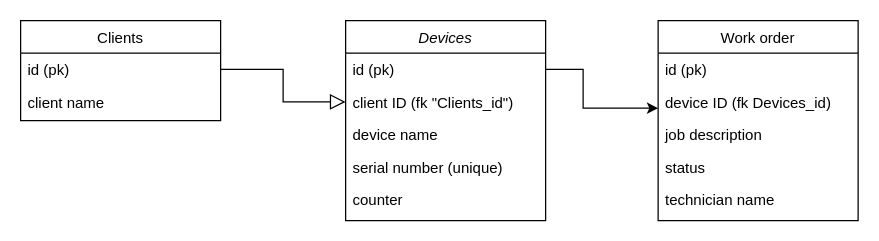
The draw.io diagram Untitled Diagram.drawio in MortenGitKonto/vali-it-project, before the edit. Source tidied: cells renumbered, new cells numbered last; positions are measured from the earlier drawing's top-left corner, leaving out a move shared by most shapes. Both pictures are drawn from the tidied source at 125%, with x=0, y=0 at pixel (20, 20).
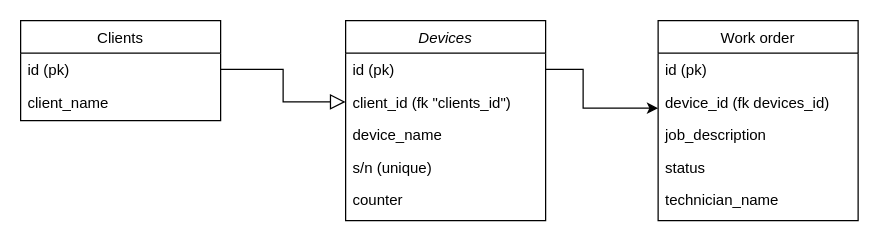
Above is the later version.

The change refers to these unchanged cells:
```xml
<mxCell id="3" value="Devices" style="swimlane;fontStyle=2;align=center;verticalAlign=top;horizontal=1;startSize=26;rounded=0;shadow=0;strokeWidth=1;" parent="1" vertex="1">
  <mxGeometry x="260" width="160" height="160" as="geometry" />
</mxCell>
<mxCell id="9" value="Clients" style="swimlane;fontStyle=0;align=center;verticalAlign=top;horizontal=1;startSize=26;rounded=0;shadow=0;strokeWidth=1;" parent="1" vertex="1">
  <mxGeometry width="160" height="80" as="geometry" />
</mxCell>
<mxCell id="13" value="Work order" style="swimlane;fontStyle=0;align=center;verticalAlign=top;horizontal=1;startSize=26;rounded=0;shadow=0;strokeWidth=1;" parent="1" vertex="1">
  <mxGeometry x="510" width="160" height="160" as="geometry" />
</mxCell>
```

The edit, as a diff of the source:
```diff
@@
-    <mxCell id="5" value="client ID (fk &quot;Clients_id&quot;)" style="text;align=left;verticalAlign=top;spacingLeft=4;spacingRight=4;overflow=hidden;points=[[0,0.5],[1,0.5]];portConstraint=eastwest;rounded=0;shadow=0;html=0;" parent="3" vertex="1">
+    <mxCell id="5" value="client_id (fk &quot;clients_id&quot;)" style="text;align=left;verticalAlign=top;spacingLeft=4;spacingRight=4;overflow=hidden;points=[[0,0.5],[1,0.5]];portConstraint=eastwest;rounded=0;shadow=0;html=0;" parent="3" vertex="1">
       <mxGeometry y="52" width="160" height="26" as="geometry" />
     </mxCell>
-    <mxCell id="6" value="device name" style="text;align=left;verticalAlign=top;spacingLeft=4;spacingRight=4;overflow=hidden;rounded=0;shadow=0;html=0;" parent="3" vertex="1">
+    <mxCell id="6" value="device_name" style="text;align=left;verticalAlign=top;spacingLeft=4;spacingRight=4;overflow=hidden;rounded=0;shadow=0;html=0;" parent="3" vertex="1">
       <mxGeometry y="78" width="160" height="26" as="geometry" />
     </mxCell>
-    <mxCell id="7" value="serial number (unique)" style="text;align=left;verticalAlign=top;spacingLeft=4;spacingRight=4;overflow=hidden;" parent="3" vertex="1">
+    <mxCell id="7" value="s/n (unique)" style="text;align=left;verticalAlign=top;spacingLeft=4;spacingRight=4;overflow=hidden;" parent="3" vertex="1">
       <mxGeometry y="104" width="160" height="26" as="geometry" />
     </mxCell>
@@
-    <mxCell id="11" value="client name" style="text;align=left;verticalAlign=top;spacingLeft=4;spacingRight=4;overflow=hidden;rounded=0;shadow=0;html=0;" parent="9" vertex="1">
+    <mxCell id="11" value="client_name" style="text;align=left;verticalAlign=top;spacingLeft=4;spacingRight=4;overflow=hidden;rounded=0;shadow=0;html=0;" parent="9" vertex="1">
       <mxGeometry y="52" width="160" height="26" as="geometry" />
     </mxCell>
@@
-    <mxCell id="15" value="device ID (fk Devices_id)" style="text;align=left;verticalAlign=top;spacingLeft=4;spacingRight=4;overflow=hidden;rounded=0;shadow=0;html=0;" parent="13" vertex="1">
+    <mxCell id="15" value="device_id (fk devices_id)" style="text;align=left;verticalAlign=top;spacingLeft=4;spacingRight=4;overflow=hidden;rounded=0;shadow=0;html=0;" parent="13" vertex="1">
       <mxGeometry y="52" width="160" height="26" as="geometry" />
     </mxCell>
-    <mxCell id="16" value="job description" style="text;align=left;verticalAlign=top;spacingLeft=4;spacingRight=4;overflow=hidden;rounded=0;shadow=0;html=0;" parent="13" vertex="1">
+    <mxCell id="16" value="job_description" style="text;align=left;verticalAlign=top;spacingLeft=4;spacingRight=4;overflow=hidden;rounded=0;shadow=0;html=0;" parent="13" vertex="1">
       <mxGeometry y="78" width="160" height="26" as="geometry" />
     </mxCell>
@@
-    <mxCell id="18" value="technician name" style="text;align=left;verticalAlign=top;spacingLeft=4;spacingRight=4;overflow=hidden;rounded=0;shadow=0;html=0;" parent="13" vertex="1">
+    <mxCell id="18" value="technician_name" style="text;align=left;verticalAlign=top;spacingLeft=4;spacingRight=4;overflow=hidden;rounded=0;shadow=0;html=0;" parent="13" vertex="1">
       <mxGeometry y="130" width="160" height="26" as="geometry" />
     </mxCell>
```
